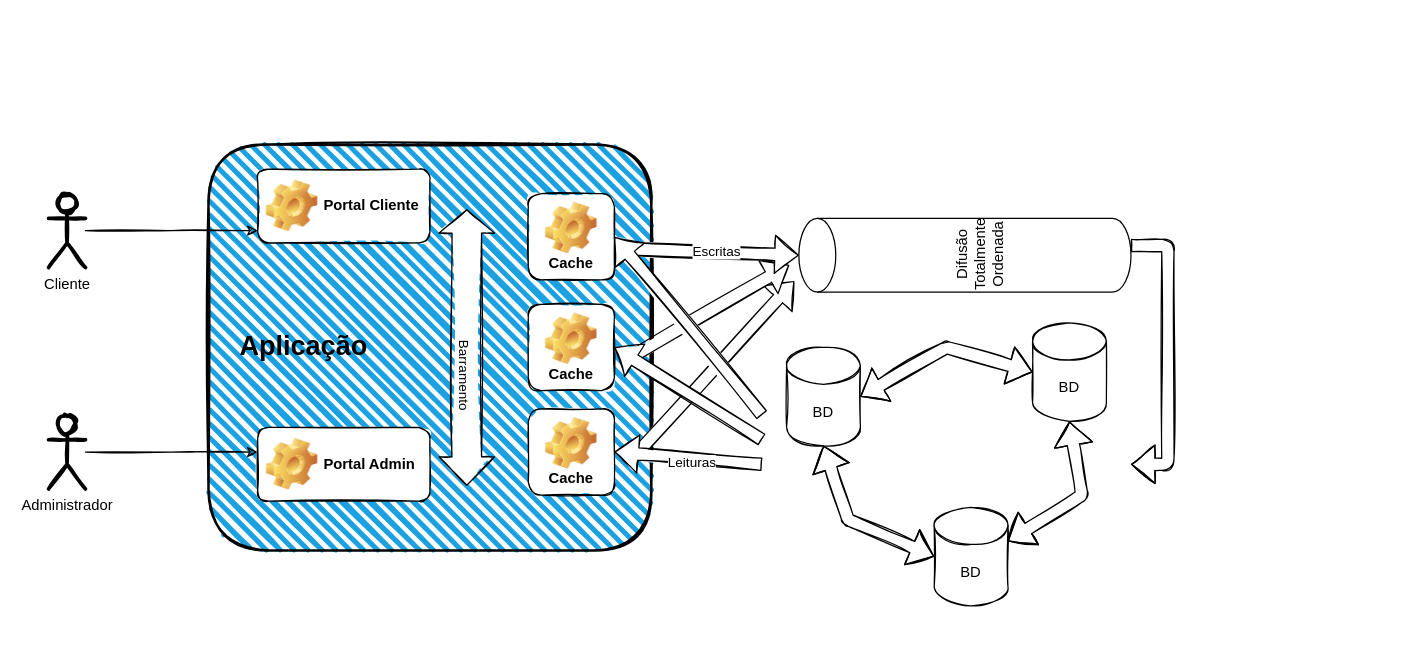
Earlier version of the draw.io diagram page "completo" (1 of 4) of docs/drawings/projeto.drawio (lasarojc/ds_notes). Source tidied: cells renumbered, new cells numbered last; positions are measured from the earlier drawing's top-left corner, leaving out a move shared by most shapes. Both pictures are drawn from the tidied source at 123%, with x=0, y=0 at pixel (48, 89).
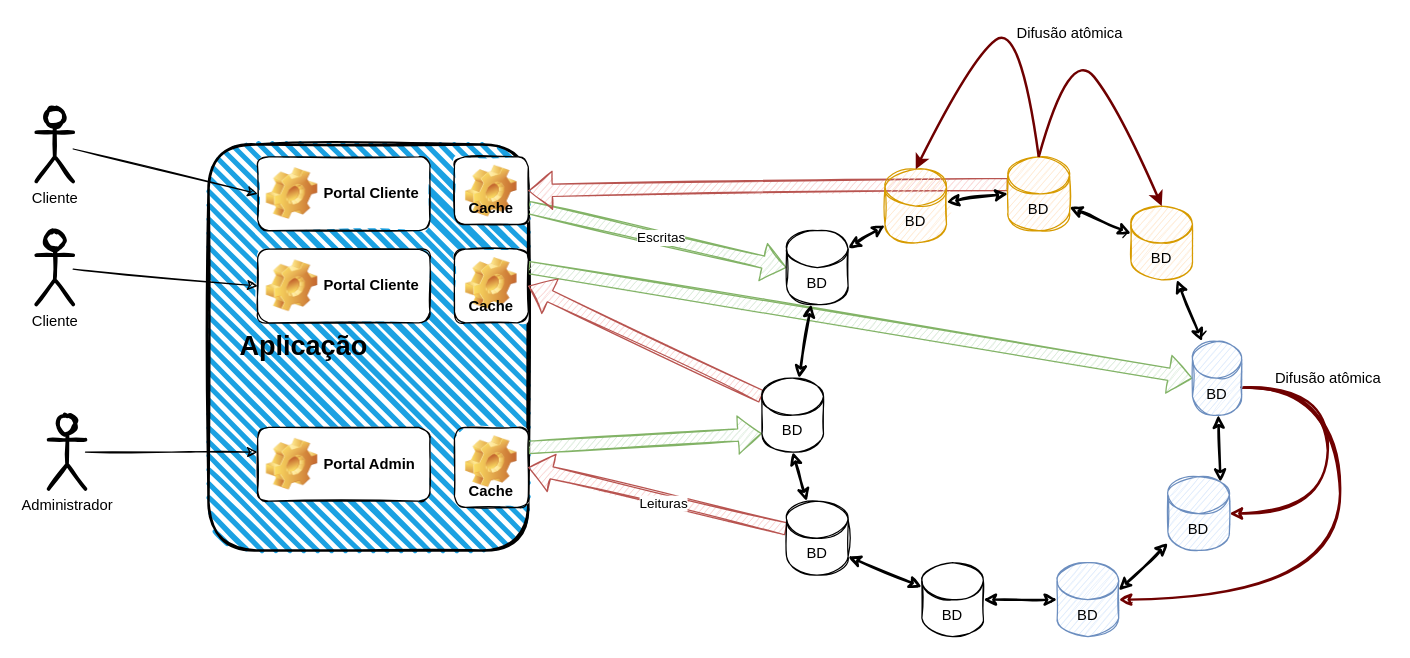
The same diagram, later.

Commit message (it also covers changes not shown here):
projeto e epidemics

Diff of the diagram source:
```diff
@@
     <mxCell id="2" value="&lt;font style=&quot;font-size: 22px&quot;&gt;&lt;b&gt;&lt;font style=&quot;font-size: 22px&quot;&gt;&amp;nbsp; &amp;nbsp; Aplicaç&lt;/font&gt;ão&lt;/b&gt;&lt;/font&gt;" style="rounded=1;whiteSpace=wrap;html=1;strokeWidth=2;fillWeight=4;hachureGap=8;hachureAngle=45;fillColor=#1ba1e2;sketch=1;align=left;" parent="1" vertex="1">
-      <mxGeometry x="130" y="45" width="360" height="330" as="geometry" />
+      <mxGeometry x="130" y="45" width="260" height="330" as="geometry" />
     </mxCell>
-    <mxCell id="3" style="shape=flexArrow;endArrow=none;startArrow=block;html=1;shadow=0;fillColor=#ffffff;entryX=1;entryY=0.5;entryDx=0;entryDy=0;sketch=1;startFill=0;endFill=0;exitX=0.15;exitY=-0.014;exitDx=0;exitDy=0;exitPerimeter=0;" parent="1" edge="1" source="28">
-      <mxGeometry relative="1" as="geometry">
-        <mxPoint x="470" y="305" as="targetPoint" />
-      </mxGeometry>
+    <mxCell id="3" style="shape=flexArrow;endArrow=none;startArrow=block;html=1;shadow=0;fillColor=#d5e8d4;entryX=1;entryY=0.25;entryDx=0;entryDy=0;sketch=1;startFill=0;endFill=0;exitX=0;exitY=1;exitDx=0;exitDy=-15;exitPerimeter=0;strokeColor=#82b366;" parent="1" edge="1" source="36" target="24">
+      <mxGeometry relative="1" as="geometry" />
     </mxCell>
-    <mxCell id="4" style="shape=flexArrow;endArrow=none;startArrow=block;html=1;shadow=0;fillColor=#ffffff;entryX=1;entryY=0.5;entryDx=0;entryDy=0;sketch=1;startFill=0;endFill=0;exitX=0.367;exitY=-0.029;exitDx=0;exitDy=0;exitPerimeter=0;" parent="1" edge="1" source="28">
-      <mxGeometry relative="1" as="geometry">
-        <mxPoint x="470" y="220" as="targetPoint" />
-      </mxGeometry>
+    <mxCell id="4" style="shape=flexArrow;endArrow=none;startArrow=block;html=1;shadow=0;fillColor=#d5e8d4;sketch=1;startFill=0;endFill=0;exitX=0;exitY=0.5;exitDx=0;exitDy=0;exitPerimeter=0;entryX=1;entryY=0.25;entryDx=0;entryDy=0;strokeColor=#82b366;" parent="1" edge="1" source="47" target="23">
+      <mxGeometry relative="1" as="geometry" />
     </mxCell>
-    <mxCell id="5" style="shape=flexArrow;endArrow=none;startArrow=block;html=1;shadow=0;fillColor=#ffffff;entryX=1;entryY=0.5;entryDx=0;entryDy=0;sketch=1;startFill=0;endFill=0;exitX=0.5;exitY=0;exitDx=0;exitDy=0;exitPerimeter=0;" parent="1" edge="1" source="28">
-      <mxGeometry relative="1" as="geometry">
-        <mxPoint x="470" y="130" as="targetPoint" />
-      </mxGeometry>
+    <mxCell id="5" style="shape=flexArrow;endArrow=none;startArrow=block;html=1;shadow=0;fillColor=#d5e8d4;entryX=1;entryY=0.75;entryDx=0;entryDy=0;sketch=1;startFill=0;endFill=0;exitX=0;exitY=0.5;exitDx=0;exitDy=0;exitPerimeter=0;strokeColor=#82b366;" parent="1" edge="1" source="8" target="18">
+      <mxGeometry relative="1" as="geometry" />
     </mxCell>
@@
-    <mxCell id="7" value="BD" style="shape=cylinder3;whiteSpace=wrap;html=1;boundedLbl=1;backgroundOutline=1;size=15;sketch=1;" parent="1" vertex="1">
-      <mxGeometry x="800" y="190" width="60" height="80" as="geometry" />
+    <mxCell id="7" value="BD" style="shape=cylinder3;whiteSpace=wrap;html=1;boundedLbl=1;backgroundOutline=1;size=15;sketch=1;fillColor=#ffe6cc;strokeColor=#d79b00;" parent="1" vertex="1">
+      <mxGeometry x="880" y="95" width="50" height="60" as="geometry" />
     </mxCell>
+    <mxCell id="30" style="edgeStyle=none;rounded=0;sketch=1;jettySize=auto;html=1;startArrow=classic;startFill=1;strokeWidth=2;" parent="1" edge="1" source="8" target="51">
+      <mxGeometry relative="1" as="geometry" />
+    </mxCell>
     <mxCell id="8" value="BD" style="shape=cylinder3;whiteSpace=wrap;html=1;boundedLbl=1;backgroundOutline=1;size=15;sketch=1;" parent="1" vertex="1">
-      <mxGeometry x="600" y="210" width="60" height="80" as="geometry" />
+      <mxGeometry x="600" y="115" width="50" height="60" as="geometry" />
     </mxCell>
+    <mxCell id="31" style="edgeStyle=none;rounded=0;sketch=1;jettySize=auto;html=1;entryX=1;entryY=1;entryDx=0;entryDy=-15;entryPerimeter=0;startArrow=classic;startFill=1;strokeWidth=2;" parent="1" edge="1" source="9" target="38">
+      <mxGeometry relative="1" as="geometry" />
+    </mxCell>
     <mxCell id="9" value="BD" style="shape=cylinder3;whiteSpace=wrap;html=1;boundedLbl=1;backgroundOutline=1;size=15;sketch=1;" parent="1" vertex="1">
-      <mxGeometry x="720" y="340" width="60" height="80" as="geometry" />
+      <mxGeometry x="710" y="385" width="50" height="60" as="geometry" />
     </mxCell>
-    <mxCell id="10" style="edgeStyle=orthogonalEdgeStyle;rounded=0;jettySize=auto;html=1;entryX=0;entryY=0.5;entryDx=0;entryDy=0;sketch=1;" parent="1" edge="1" source="11">
-      <mxGeometry relative="1" as="geometry">
-        <mxPoint x="170" y="115" as="targetPoint" />
-      </mxGeometry>
+    <mxCell id="10" style="rounded=0;jettySize=auto;html=1;entryX=0;entryY=0.5;entryDx=0;entryDy=0;sketch=1;" parent="1" edge="1" source="11" target="16">
+      <mxGeometry relative="1" as="geometry" />
     </mxCell>
     <mxCell id="11" value="Cliente&lt;br&gt;" style="shape=umlActor;verticalLabelPosition=bottom;verticalAlign=top;html=1;outlineConnect=0;sketch=1;strokeWidth=3;" parent="1" vertex="1">
-      <mxGeometry y="85" width="30" height="60" as="geometry" />
+      <mxGeometry x="-10" y="15" width="30" height="60" as="geometry" />
     </mxCell>
@@
-    <mxCell id="14" style="shape=flexArrow;endArrow=classic;startArrow=classic;html=1;width=24;startSize=7.33;fillColor=#ffffff;sketch=1;" parent="1" edge="1">
-      <mxGeometry relative="1" as="geometry">
-        <mxPoint x="340" y="322.5" as="sourcePoint" />
-        <mxPoint x="340" y="97.5" as="targetPoint" />
-      </mxGeometry>
-    </mxCell>
-    <mxCell id="15" value="Barramento" style="edgeLabel;html=1;align=center;verticalAlign=middle;rotation=90;" parent="14" vertex="1">
-      <mxGeometry x="-0.19" y="1" relative="1" as="geometry" />
-    </mxCell>
-    <mxCell id="16" value="Portal Cliente" style="label;whiteSpace=wrap;html=1;image=img/clipart/Gear_128x128.png;sketch=1;" parent="1" vertex="1">
-      <mxGeometry x="170" y="65" width="140" height="60" as="geometry" />
-    </mxCell>
-    <mxCell id="17" value="Portal Admin" style="label;whiteSpace=wrap;html=1;image=img/clipart/Gear_128x128.png;sketch=1;" parent="1" vertex="1">
-      <mxGeometry x="170" y="275" width="140" height="60" as="geometry" />
-    </mxCell>
     <mxCell id="18" value="Cache" style="label;whiteSpace=wrap;html=1;align=center;verticalAlign=bottom;spacingLeft=0;spacingBottom=4;imageAlign=center;imageVerticalAlign=top;image=img/clipart/Gear_128x128.png;sketch=1;" parent="1" vertex="1">
-      <mxGeometry x="390" y="85" width="70" height="70" as="geometry" />
+      <mxGeometry x="330" y="55" width="60" height="55" as="geometry" />
     </mxCell>
-    <mxCell id="19" style="shape=flexArrow;endArrow=classic;startArrow=classic;html=1;fillColor=#ffffff;entryX=0;entryY=0.5;entryDx=0;entryDy=0;entryPerimeter=0;exitX=1;exitY=0.5;exitDx=0;exitDy=0;exitPerimeter=0;shadow=0;sketch=1;" parent="1" edge="1" source="8" target="7">
-      <mxGeometry relative="1" as="geometry">
-        <Array as="points">
-          <mxPoint x="730" y="210" />
-        </Array>
-      </mxGeometry>
-    </mxCell>
-    <mxCell id="20" style="shape=flexArrow;endArrow=classic;startArrow=classic;html=1;fillColor=#ffffff;entryX=1;entryY=0;entryDx=0;entryDy=27.5;entryPerimeter=0;exitX=0.5;exitY=1;exitDx=0;exitDy=0;exitPerimeter=0;shadow=0;sketch=1;" parent="1" edge="1" source="7" target="9">
-      <mxGeometry relative="1" as="geometry">
-        <Array as="points">
-          <mxPoint x="840" y="330" />
-        </Array>
-      </mxGeometry>
-    </mxCell>
-    <mxCell id="21" style="shape=flexArrow;endArrow=classic;startArrow=classic;html=1;fillColor=#ffffff;entryX=0;entryY=0.5;entryDx=0;entryDy=0;entryPerimeter=0;exitX=0.5;exitY=1;exitDx=0;exitDy=0;exitPerimeter=0;shadow=0;sketch=1;" parent="1" edge="1" source="8" target="9">
-      <mxGeometry relative="1" as="geometry">
-        <Array as="points">
-          <mxPoint x="650" y="350" />
-        </Array>
-      </mxGeometry>
-    </mxCell>
-    <mxCell id="22" style="shape=flexArrow;endArrow=classic;startArrow=none;html=1;shadow=0;fillColor=#ffffff;entryX=1;entryY=0.5;entryDx=0;entryDy=0;sketch=1;startFill=0;" parent="1" edge="1" target="18">
-      <mxGeometry relative="1" as="geometry">
-        <mxPoint x="580" y="265" as="sourcePoint" />
-      </mxGeometry>
+    <mxCell id="22" style="shape=flexArrow;endArrow=classic;startArrow=none;html=1;shadow=0;fillColor=#f8cecc;entryX=1;entryY=0.5;entryDx=0;entryDy=0;sketch=1;startFill=0;exitX=0;exitY=0;exitDx=0;exitDy=22.5;exitPerimeter=0;strokeColor=#b85450;" parent="1" edge="1" source="49" target="18">
+      <mxGeometry relative="1" as="geometry" />
     </mxCell>
     <mxCell id="23" value="Cache" style="label;whiteSpace=wrap;html=1;align=center;verticalAlign=bottom;spacingLeft=0;spacingBottom=4;imageAlign=center;imageVerticalAlign=top;image=img/clipart/Gear_128x128.png;sketch=1;" parent="1" vertex="1">
-      <mxGeometry x="390" y="175" width="70" height="70" as="geometry" />
+      <mxGeometry x="330" y="130" width="60" height="60" as="geometry" />
     </mxCell>
     <mxCell id="24" value="Cache" style="label;whiteSpace=wrap;html=1;align=center;verticalAlign=bottom;spacingLeft=0;spacingBottom=4;imageAlign=center;imageVerticalAlign=top;image=img/clipart/Gear_128x128.png;sketch=1;" parent="1" vertex="1">
-      <mxGeometry x="390" y="260" width="70" height="70" as="geometry" />
+      <mxGeometry x="330" y="275" width="60" height="65" as="geometry" />
     </mxCell>
-    <mxCell id="25" style="shape=flexArrow;endArrow=classic;startArrow=none;html=1;shadow=0;fillColor=#ffffff;entryX=1;entryY=0.5;entryDx=0;entryDy=0;sketch=1;startFill=0;" parent="1" edge="1" target="23">
-      <mxGeometry relative="1" as="geometry">
-        <mxPoint x="580" y="285" as="sourcePoint" />
-      </mxGeometry>
+    <mxCell id="25" style="shape=flexArrow;endArrow=classic;startArrow=none;html=1;shadow=0;fillColor=#f8cecc;entryX=1;entryY=0.5;entryDx=0;entryDy=0;sketch=1;startFill=0;exitX=0;exitY=0;exitDx=0;exitDy=15;exitPerimeter=0;strokeColor=#b85450;" parent="1" edge="1" source="36" target="23">
+      <mxGeometry relative="1" as="geometry" />
     </mxCell>
-    <mxCell id="26" style="shape=flexArrow;endArrow=classic;startArrow=none;html=1;shadow=0;fillColor=#ffffff;entryX=1;entryY=0.5;entryDx=0;entryDy=0;sketch=1;startFill=0;" parent="1" edge="1" target="24">
-      <mxGeometry relative="1" as="geometry">
-        <mxPoint x="580" y="305" as="sourcePoint" />
-      </mxGeometry>
+    <mxCell id="26" style="shape=flexArrow;endArrow=classic;startArrow=none;html=1;shadow=0;fillColor=#f8cecc;entryX=1;entryY=0.5;entryDx=0;entryDy=0;sketch=1;startFill=0;exitX=0;exitY=0;exitDx=0;exitDy=22.5;exitPerimeter=0;strokeColor=#b85450;" parent="1" edge="1" source="38" target="24">
+      <mxGeometry relative="1" as="geometry" />
     </mxCell>
@@
-    <mxCell id="28" value="Difusão Totalmente Ordenada" style="shape=cylinder3;whiteSpace=wrap;html=1;boundedLbl=1;backgroundOutline=1;size=15;rotation=-90;" parent="1" vertex="1">
-      <mxGeometry x="715" width="60" height="270" as="geometry" />
-    </mxCell>
-    <mxCell id="29" style="shape=flexArrow;endArrow=none;startArrow=block;html=1;shadow=0;fillColor=#ffffff;entryX=0.633;entryY=1;entryDx=0;entryDy=0;sketch=1;startFill=0;endFill=0;edgeStyle=entityRelationEdgeStyle;elbow=vertical;entryPerimeter=0;" parent="1" edge="1" target="28">
-      <mxGeometry relative="1" as="geometry">
-        <mxPoint x="880" y="305" as="sourcePoint" />
-      </mxGeometry>
-    </mxCell>
+    <mxCell id="32" value="Portal Cliente" style="label;whiteSpace=wrap;html=1;image=img/clipart/Gear_128x128.png;sketch=1;" parent="1" vertex="1">
+      <mxGeometry x="170" y="130" width="140" height="60" as="geometry" />
+    </mxCell>
+    <mxCell id="33" style="edgeStyle=none;rounded=0;jettySize=auto;html=1;entryX=0;entryY=0.5;entryDx=0;entryDy=0;sketch=1;" parent="1" edge="1" source="34" target="32">
+      <mxGeometry relative="1" as="geometry" />
+    </mxCell>
+    <mxCell id="34" value="Cliente&lt;br&gt;" style="shape=umlActor;verticalLabelPosition=bottom;verticalAlign=top;html=1;outlineConnect=0;sketch=1;strokeWidth=3;" parent="1" vertex="1">
+      <mxGeometry x="-10" y="115" width="30" height="60" as="geometry" />
+    </mxCell>
+    <mxCell id="17" value="Portal Admin" style="label;whiteSpace=wrap;html=1;image=img/clipart/Gear_128x128.png;sketch=1;" parent="1" vertex="1">
+      <mxGeometry x="170" y="275" width="140" height="60" as="geometry" />
+    </mxCell>
+    <mxCell id="16" value="Portal Cliente" style="label;whiteSpace=wrap;html=1;image=img/clipart/Gear_128x128.png;sketch=1;" parent="1" vertex="1">
+      <mxGeometry x="170" y="55" width="140" height="60" as="geometry" />
+    </mxCell>
+    <mxCell id="35" style="edgeStyle=none;rounded=0;sketch=1;jettySize=auto;html=1;startArrow=classic;startFill=1;strokeWidth=2;" parent="1" edge="1" source="36" target="8">
+      <mxGeometry relative="1" as="geometry" />
+    </mxCell>
+    <mxCell id="36" value="BD" style="shape=cylinder3;whiteSpace=wrap;html=1;boundedLbl=1;backgroundOutline=1;size=15;sketch=1;" parent="1" vertex="1">
+      <mxGeometry x="580" y="235" width="50" height="60" as="geometry" />
+    </mxCell>
+    <mxCell id="37" style="edgeStyle=none;rounded=0;sketch=1;jettySize=auto;html=1;entryX=0.5;entryY=1;entryDx=0;entryDy=0;entryPerimeter=0;startArrow=classic;startFill=1;strokeWidth=2;" parent="1" edge="1" source="38" target="36">
+      <mxGeometry relative="1" as="geometry" />
+    </mxCell>
+    <mxCell id="38" value="BD" style="shape=cylinder3;whiteSpace=wrap;html=1;boundedLbl=1;backgroundOutline=1;size=15;sketch=1;" parent="1" vertex="1">
+      <mxGeometry x="600" y="335" width="50" height="60" as="geometry" />
+    </mxCell>
+    <mxCell id="39" style="edgeStyle=none;rounded=0;sketch=1;jettySize=auto;html=1;entryX=1;entryY=0.5;entryDx=0;entryDy=0;entryPerimeter=0;startArrow=classic;startFill=1;strokeWidth=2;" parent="1" edge="1" source="40" target="9">
+      <mxGeometry relative="1" as="geometry" />
+    </mxCell>
+    <mxCell id="40" value="BD" style="shape=cylinder3;whiteSpace=wrap;html=1;boundedLbl=1;backgroundOutline=1;size=15;sketch=1;fillColor=#dae8fc;strokeColor=#6c8ebf;" parent="1" vertex="1">
+      <mxGeometry x="820" y="385" width="50" height="60" as="geometry" />
+    </mxCell>
+    <mxCell id="41" style="edgeStyle=none;rounded=0;sketch=1;jettySize=auto;html=1;entryX=1;entryY=0;entryDx=0;entryDy=22.5;entryPerimeter=0;startArrow=classic;startFill=1;strokeWidth=2;" parent="1" edge="1" source="44" target="40">
+      <mxGeometry relative="1" as="geometry" />
+    </mxCell>
+    <mxCell id="42" style="edgeStyle=orthogonalEdgeStyle;rounded=0;sketch=1;jettySize=auto;html=1;entryX=1;entryY=0;entryDx=0;entryDy=37.5;entryPerimeter=0;startArrow=classic;startFill=1;strokeWidth=2;curved=1;fillColor=#a20025;strokeColor=#6F0000;endArrow=none;endFill=0;" parent="1" edge="1" source="44" target="47">
+      <mxGeometry relative="1" as="geometry">
+        <Array as="points">
+          <mxPoint x="1040" y="345" />
+          <mxPoint x="1040" y="243" />
+        </Array>
+      </mxGeometry>
+    </mxCell>
+    <mxCell id="43" style="edgeStyle=orthogonalEdgeStyle;curved=1;rounded=0;sketch=1;jettySize=auto;html=1;entryX=1;entryY=0.5;entryDx=0;entryDy=0;entryPerimeter=0;startArrow=none;startFill=0;strokeWidth=2;fillColor=#a20025;strokeColor=#6F0000;exitX=1;exitY=0;exitDx=0;exitDy=37.5;exitPerimeter=0;" parent="1" edge="1" source="47" target="40">
+      <mxGeometry relative="1" as="geometry">
+        <Array as="points">
+          <mxPoint x="1050" y="243" />
+          <mxPoint x="1050" y="415" />
+        </Array>
+      </mxGeometry>
+    </mxCell>
+    <mxCell id="44" value="BD" style="shape=cylinder3;whiteSpace=wrap;html=1;boundedLbl=1;backgroundOutline=1;size=15;sketch=1;fillColor=#dae8fc;strokeColor=#6c8ebf;" parent="1" vertex="1">
+      <mxGeometry x="910" y="315" width="50" height="60" as="geometry" />
+    </mxCell>
+    <mxCell id="45" style="edgeStyle=none;rounded=0;sketch=1;jettySize=auto;html=1;startArrow=classic;startFill=1;strokeWidth=2;" parent="1" edge="1" source="47" target="7">
+      <mxGeometry relative="1" as="geometry" />
+    </mxCell>
+    <mxCell id="46" style="edgeStyle=none;rounded=0;sketch=1;jettySize=auto;html=1;entryX=0.855;entryY=0;entryDx=0;entryDy=4.35;entryPerimeter=0;startArrow=classic;startFill=1;strokeWidth=2;" parent="1" edge="1" source="47" target="44">
+      <mxGeometry relative="1" as="geometry" />
+    </mxCell>
+    <mxCell id="47" value="BD" style="shape=cylinder3;whiteSpace=wrap;html=1;boundedLbl=1;backgroundOutline=1;size=15;sketch=1;fillColor=#dae8fc;strokeColor=#6c8ebf;" parent="1" vertex="1">
+      <mxGeometry x="930" y="205" width="40" height="60" as="geometry" />
+    </mxCell>
+    <mxCell id="48" style="edgeStyle=none;rounded=0;sketch=1;jettySize=auto;html=1;entryX=0;entryY=0;entryDx=0;entryDy=22.5;entryPerimeter=0;startArrow=classic;startFill=1;strokeWidth=2;" parent="1" edge="1" source="49" target="7">
+      <mxGeometry relative="1" as="geometry" />
+    </mxCell>
+    <mxCell id="49" value="BD" style="shape=cylinder3;whiteSpace=wrap;html=1;boundedLbl=1;backgroundOutline=1;size=15;sketch=1;fillColor=#ffe6cc;strokeColor=#d79b00;" parent="1" vertex="1">
+      <mxGeometry x="780" y="55" width="50" height="60" as="geometry" />
+    </mxCell>
+    <mxCell id="50" style="edgeStyle=none;rounded=0;sketch=1;jettySize=auto;html=1;entryX=0;entryY=0.5;entryDx=0;entryDy=0;entryPerimeter=0;startArrow=classic;startFill=1;strokeWidth=2;" parent="1" edge="1" source="51" target="49">
+      <mxGeometry relative="1" as="geometry" />
+    </mxCell>
+    <mxCell id="51" value="BD" style="shape=cylinder3;whiteSpace=wrap;html=1;boundedLbl=1;backgroundOutline=1;size=15;sketch=1;fillColor=#ffe6cc;strokeColor=#d79b00;" parent="1" vertex="1">
+      <mxGeometry x="680" y="65" width="50" height="60" as="geometry" />
+    </mxCell>
+    <mxCell id="52" style="curved=1;endArrow=classic;html=1;strokeWidth=2;entryX=0.5;entryY=0;entryDx=0;entryDy=0;entryPerimeter=0;exitX=0.5;exitY=0;exitDx=0;exitDy=0;exitPerimeter=0;fillColor=#a20025;strokeColor=#6F0000;" parent="1" edge="1" source="49" target="7">
+      <mxGeometry relative="1" as="geometry">
+        <Array as="points">
+          <mxPoint x="830" y="-35" />
+          <mxPoint x="870" y="15" />
+        </Array>
+      </mxGeometry>
+    </mxCell>
+    <mxCell id="53" style="curved=1;endArrow=classic;html=1;strokeWidth=2;entryX=0.5;entryY=0;entryDx=0;entryDy=0;entryPerimeter=0;exitX=0.5;exitY=0;exitDx=0;exitDy=0;exitPerimeter=0;fillColor=#a20025;strokeColor=#6F0000;" parent="1" edge="1" source="49" target="51">
+      <mxGeometry relative="1" as="geometry">
+        <Array as="points">
+          <mxPoint x="790" y="-55" />
+          <mxPoint x="750" y="-25" />
+        </Array>
+      </mxGeometry>
+    </mxCell>
+    <mxCell id="54" value="Difusão atômica" style="text;html=1;align=center;verticalAlign=middle;strokeColor=none;" parent="1" vertex="1">
+      <mxGeometry x="780" y="-55" width="100" height="20" as="geometry" />
+    </mxCell>
+    <mxCell id="55" value="Difusão atômica" style="text;html=1;align=center;verticalAlign=middle;strokeColor=none;" parent="1" vertex="1">
+      <mxGeometry x="990" y="225" width="100" height="20" as="geometry" />
+    </mxCell>
```
